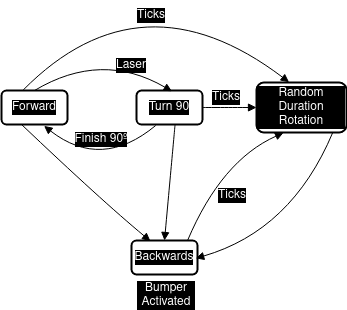
Above: resources/imgs/fms.drawio.png in ioana-pasca/robotica_movil (draw.io), before the change. Source tidied: cells renumbered, new cells last; positions are measured from the earlier drawing's top-left corner, leaving out a move shared by most shapes.
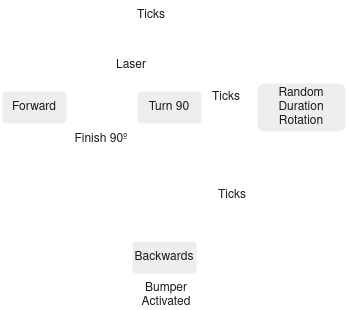
The same file after the commit.

The edit, as a diff of the source:
```diff
@@ -2,82 +2,82 @@
   <root>
     <mxCell id="0" />
     <mxCell id="1" parent="0" />
-    <mxCell id="2" value="Forward" style="whiteSpace=wrap;strokeWidth=2;rounded=1;labelBackgroundColor=#000000;labelBorderColor=none;fontColor=#FFFFFF;" parent="1" vertex="1">
+    <mxCell id="2" value="Forward" style="whiteSpace=wrap;strokeWidth=2;rounded=1;labelBackgroundColor=none;fillColor=#EEEEEE;strokeColor=#FFFFFF;fontColor=#1A1A1A;" parent="1" vertex="1">
       <mxGeometry y="120" width="66" height="34" as="geometry" />
     </mxCell>
-    <mxCell id="3" value="Backwards" style="whiteSpace=wrap;strokeWidth=2;rounded=1;labelBackgroundColor=#000000;labelBorderColor=none;fontColor=#FFFFFF;" parent="1" vertex="1">
+    <mxCell id="3" value="Backwards" style="whiteSpace=wrap;strokeWidth=2;rounded=1;labelBackgroundColor=none;fillColor=#EEEEEE;strokeColor=#FFFFFF;fontColor=#1A1A1A;" parent="1" vertex="1">
       <mxGeometry x="130" y="270" width="66" height="34" as="geometry" />
     </mxCell>
-    <mxCell id="4" value="Turn 90" style="whiteSpace=wrap;strokeWidth=2;rounded=1;labelBackgroundColor=#000000;labelBorderColor=none;fontColor=#FFFFFF;" parent="1" vertex="1">
+    <mxCell id="4" value="Turn 90" style="whiteSpace=wrap;strokeWidth=2;rounded=1;labelBackgroundColor=none;fillColor=#EEEEEE;strokeColor=#FFFFFF;fontColor=#1A1A1A;" parent="1" vertex="1">
       <mxGeometry x="135" y="120" width="66" height="34" as="geometry" />
     </mxCell>
-    <mxCell id="5" value="Random Duration Rotation" style="whiteSpace=wrap;strokeWidth=2;rounded=1;labelBackgroundColor=#000000;labelBorderColor=none;fontColor=#FFFFFF;" parent="1" vertex="1">
+    <mxCell id="5" value="Random Duration Rotation" style="whiteSpace=wrap;strokeWidth=2;rounded=1;labelBackgroundColor=none;fillColor=#EEEEEE;strokeColor=#FFFFFF;fontColor=#1A1A1A;" parent="1" vertex="1">
       <mxGeometry x="255" y="112" width="90" height="50" as="geometry" />
     </mxCell>
-    <mxCell id="6" style="curved=1;startArrow=none;endArrow=block;exitX=0.297;exitY=0.988;entryX=0.287;entryY=0.018;entryDx=0;entryDy=0;entryPerimeter=0;exitDx=0;exitDy=0;exitPerimeter=0;labelBackgroundColor=#000000;fontColor=#FFFFFF;labelBorderColor=none;" parent="1" edge="1" source="2" target="3">
+    <mxCell id="6" style="curved=1;startArrow=none;endArrow=block;exitX=0.198;exitY=1.001;entryX=0.287;entryY=0.018;entryDx=0;entryDy=0;entryPerimeter=0;exitDx=0;exitDy=0;exitPerimeter=0;labelBackgroundColor=none;strokeColor=#FFFFFF;fontColor=default;" parent="1" edge="1" source="2" target="3">
       <mxGeometry relative="1" as="geometry">
         <Array as="points">
           <mxPoint x="100" y="230" />
         </Array>
       </mxGeometry>
     </mxCell>
-    <mxCell id="7" style="curved=1;startArrow=none;endArrow=block;exitX=0.5;exitY=0;entryX=0.538;entryY=0.023;exitDx=0;exitDy=0;entryDx=0;entryDy=0;entryPerimeter=0;fontStyle=1;labelBackgroundColor=#000000;fontColor=#FFFFFF;labelBorderColor=none;" parent="1" edge="1" source="2" target="4">
+    <mxCell id="7" style="curved=1;startArrow=none;endArrow=block;exitX=0.5;exitY=0;entryX=0.538;entryY=0.023;exitDx=0;exitDy=0;entryDx=0;entryDy=0;entryPerimeter=0;fontStyle=1;labelBackgroundColor=none;strokeColor=#FFFFFF;fontColor=default;" parent="1" edge="1" source="2" target="4">
       <mxGeometry relative="1" as="geometry">
         <Array as="points">
           <mxPoint x="100" y="80" />
         </Array>
       </mxGeometry>
     </mxCell>
-    <mxCell id="8" value="Laser" style="text;html=1;strokeColor=none;fillColor=none;align=center;verticalAlign=middle;whiteSpace=wrap;rounded=0;labelBackgroundColor=#000000;labelBorderColor=none;fontColor=#FFFFFF;" parent="1" vertex="1">
+    <mxCell id="8" value="Laser" style="text;html=1;strokeColor=none;fillColor=none;align=center;verticalAlign=middle;whiteSpace=wrap;rounded=0;labelBackgroundColor=none;fontColor=#1A1A1A;" parent="1" vertex="1">
       <mxGeometry x="100" y="80" width="60" height="30" as="geometry" />
     </mxCell>
-    <mxCell id="9" style="curved=1;startArrow=none;endArrow=block;exitX=0.585;exitY=0.988;entryX=0.5;entryY=0;exitDx=0;exitDy=0;entryDx=0;entryDy=0;exitPerimeter=0;labelBackgroundColor=#000000;fontColor=#FFFFFF;labelBorderColor=none;" parent="1" edge="1" source="4" target="3">
+    <mxCell id="9" style="curved=1;startArrow=none;endArrow=block;exitX=0.774;exitY=0.981;entryX=0.5;entryY=0;exitDx=0;exitDy=0;entryDx=0;entryDy=0;exitPerimeter=0;labelBackgroundColor=none;strokeColor=#FFFFFF;fontColor=default;" parent="1" edge="1" source="4" target="3">
       <mxGeometry relative="1" as="geometry" />
     </mxCell>
-    <mxCell id="10" style="curved=1;startArrow=none;endArrow=block;exitX=0.846;exitY=1.006;entryX=0.973;entryY=0.525;entryDx=0;entryDy=0;entryPerimeter=0;exitDx=0;exitDy=0;exitPerimeter=0;labelBackgroundColor=#000000;fontColor=#FFFFFF;labelBorderColor=none;" parent="1" edge="1" source="5" target="3">
+    <mxCell id="10" style="curved=1;startArrow=none;endArrow=block;exitX=0.846;exitY=1.006;entryX=0.973;entryY=0.525;entryDx=0;entryDy=0;entryPerimeter=0;exitDx=0;exitDy=0;exitPerimeter=0;labelBackgroundColor=none;strokeColor=#FFFFFF;fontColor=default;" parent="1" edge="1" source="5" target="3">
       <mxGeometry relative="1" as="geometry">
         <Array as="points">
           <mxPoint x="290" y="260" />
         </Array>
       </mxGeometry>
     </mxCell>
-    <mxCell id="11" style="curved=1;startArrow=none;endArrow=block;exitX=0.291;exitY=1.029;entryX=0.645;entryY=1.042;exitDx=0;exitDy=0;entryDx=0;entryDy=0;exitPerimeter=0;entryPerimeter=0;labelBackgroundColor=#000000;fontColor=#FFFFFF;labelBorderColor=none;" parent="1" edge="1" source="4" target="2">
+    <mxCell id="11" style="curved=1;startArrow=none;endArrow=block;exitX=0.291;exitY=1.029;entryX=0.645;entryY=1.042;exitDx=0;exitDy=0;entryDx=0;entryDy=0;exitPerimeter=0;entryPerimeter=0;labelBackgroundColor=none;strokeColor=#FFFFFF;fontColor=default;" parent="1" edge="1" source="4" target="2">
       <mxGeometry relative="1" as="geometry">
         <Array as="points">
           <mxPoint x="100" y="200" />
         </Array>
       </mxGeometry>
     </mxCell>
-    <mxCell id="12" value="Finish 90º" style="text;html=1;strokeColor=none;fillColor=none;align=center;verticalAlign=middle;whiteSpace=wrap;rounded=0;labelBackgroundColor=#000000;labelBorderColor=none;fontColor=#FFFFFF;" parent="1" vertex="1">
+    <mxCell id="12" value="Finish 90º" style="text;html=1;strokeColor=none;fillColor=none;align=center;verticalAlign=middle;whiteSpace=wrap;rounded=0;labelBackgroundColor=none;fontColor=#1A1A1A;" parent="1" vertex="1">
       <mxGeometry x="70" y="154" width="60" height="30" as="geometry" />
     </mxCell>
-    <mxCell id="13" value="Bumper Activated" style="text;html=1;strokeColor=none;fillColor=none;align=center;verticalAlign=middle;whiteSpace=wrap;rounded=0;labelBackgroundColor=#000000;labelBorderColor=none;fontColor=#FFFFFF;" parent="1" vertex="1">
+    <mxCell id="13" value="Bumper Activated" style="text;html=1;strokeColor=none;fillColor=none;align=center;verticalAlign=middle;whiteSpace=wrap;rounded=0;labelBackgroundColor=none;fontColor=#1A1A1A;" parent="1" vertex="1">
       <mxGeometry x="135" y="310" width="60" height="30" as="geometry" />
     </mxCell>
-    <mxCell id="14" style="curved=1;startArrow=none;endArrow=block;exitX=0.851;exitY=-0.007;entryX=0.3;entryY=1.006;exitDx=0;exitDy=0;entryDx=0;entryDy=0;exitPerimeter=0;entryPerimeter=0;labelBackgroundColor=#000000;fontColor=#FFFFFF;labelBorderColor=none;" parent="1" edge="1" source="3" target="5">
+    <mxCell id="14" style="curved=1;startArrow=none;endArrow=block;exitX=0.851;exitY=-0.007;entryX=0.3;entryY=1.006;exitDx=0;exitDy=0;entryDx=0;entryDy=0;exitPerimeter=0;entryPerimeter=0;labelBackgroundColor=none;strokeColor=#FFFFFF;fontColor=default;" parent="1" edge="1" source="3" target="5">
       <mxGeometry relative="1" as="geometry">
         <Array as="points">
           <mxPoint x="220" y="190" />
         </Array>
       </mxGeometry>
     </mxCell>
-    <mxCell id="15" value="Ticks" style="text;html=1;strokeColor=none;fillColor=none;align=center;verticalAlign=middle;whiteSpace=wrap;rounded=0;labelBackgroundColor=#000000;labelBorderColor=none;fontColor=#FFFFFF;" parent="1" vertex="1">
+    <mxCell id="15" value="Ticks" style="text;html=1;strokeColor=none;fillColor=none;align=center;verticalAlign=middle;whiteSpace=wrap;rounded=0;labelBackgroundColor=none;fontColor=#1A1A1A;" parent="1" vertex="1">
       <mxGeometry x="201" y="210" width="60" height="30" as="geometry" />
     </mxCell>
-    <mxCell id="16" style="curved=1;startArrow=none;endArrow=block;exitX=0.329;exitY=-0.015;entryX=0.362;entryY=-0.006;exitDx=0;exitDy=0;entryDx=0;entryDy=0;exitPerimeter=0;entryPerimeter=0;labelBackgroundColor=#000000;fontColor=#FFFFFF;labelBorderColor=none;" parent="1" edge="1" source="2" target="5">
+    <mxCell id="16" style="curved=1;startArrow=none;endArrow=block;exitX=0.329;exitY=-0.015;entryX=0.362;entryY=-0.006;exitDx=0;exitDy=0;entryDx=0;entryDy=0;exitPerimeter=0;entryPerimeter=0;labelBackgroundColor=none;strokeColor=#FFFFFF;fontColor=default;" parent="1" edge="1" source="2" target="5">
       <mxGeometry relative="1" as="geometry">
         <Array as="points">
           <mxPoint x="140" />
         </Array>
       </mxGeometry>
     </mxCell>
-    <mxCell id="17" value="Ticks" style="text;html=1;strokeColor=none;fillColor=none;align=center;verticalAlign=middle;whiteSpace=wrap;rounded=0;labelBackgroundColor=#000000;labelBorderColor=none;fontColor=#FFFFFF;" parent="1" vertex="1">
+    <mxCell id="17" value="Ticks" style="text;html=1;strokeColor=none;fillColor=none;align=center;verticalAlign=middle;whiteSpace=wrap;rounded=0;labelBackgroundColor=none;fontColor=#1A1A1A;" parent="1" vertex="1">
       <mxGeometry x="120" y="30" width="60" height="30" as="geometry" />
     </mxCell>
-    <mxCell id="18" style="curved=1;startArrow=none;endArrow=block;exitX=1;exitY=0.5;entryX=0;entryY=0.5;exitDx=0;exitDy=0;entryDx=0;entryDy=0;labelBackgroundColor=#000000;fontColor=#FFFFFF;labelBorderColor=none;" parent="1" edge="1" source="4" target="5">
+    <mxCell id="18" style="curved=1;startArrow=none;endArrow=block;exitX=1;exitY=0.5;entryX=0;entryY=0.5;exitDx=0;exitDy=0;entryDx=0;entryDy=0;labelBackgroundColor=none;strokeColor=#FFFFFF;fontColor=default;" parent="1" edge="1" source="4" target="5">
       <mxGeometry relative="1" as="geometry" />
     </mxCell>
-    <mxCell id="19" value="Ticks" style="text;html=1;strokeColor=none;fillColor=none;align=center;verticalAlign=middle;whiteSpace=wrap;rounded=0;labelBackgroundColor=#000000;labelBorderColor=none;fontColor=#FFFFFF;" parent="1" vertex="1">
+    <mxCell id="19" value="Ticks" style="text;html=1;strokeColor=none;fillColor=none;align=center;verticalAlign=middle;whiteSpace=wrap;rounded=0;labelBackgroundColor=none;fontColor=#1A1A1A;" parent="1" vertex="1">
       <mxGeometry x="195" y="112" width="60" height="30" as="geometry" />
     </mxCell>
   </root>
```
